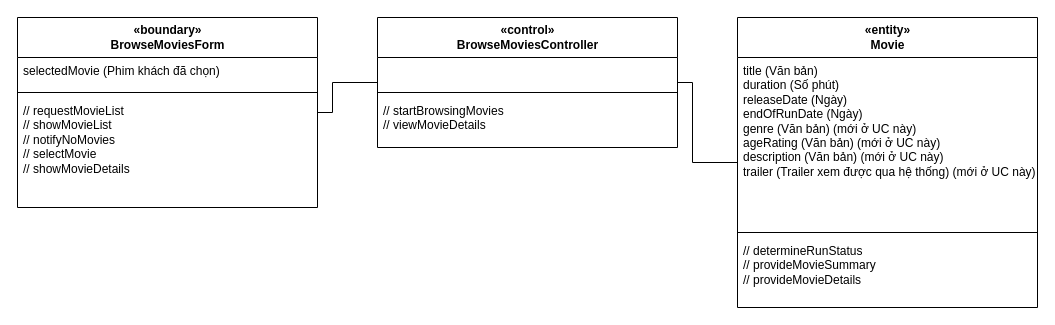
Earlier version of the draw.io diagram design/diagrams/P07-class-UC-003.drawio (luytbq/app-dat-ve-xem-phim). Source tidied: cells renumbered, new cells numbered last; positions are measured from the earlier drawing's top-left corner, leaving out a move shared by most shapes. Both pictures are drawn from the tidied source at 100%, with x=0, y=0 at pixel (17, 17).
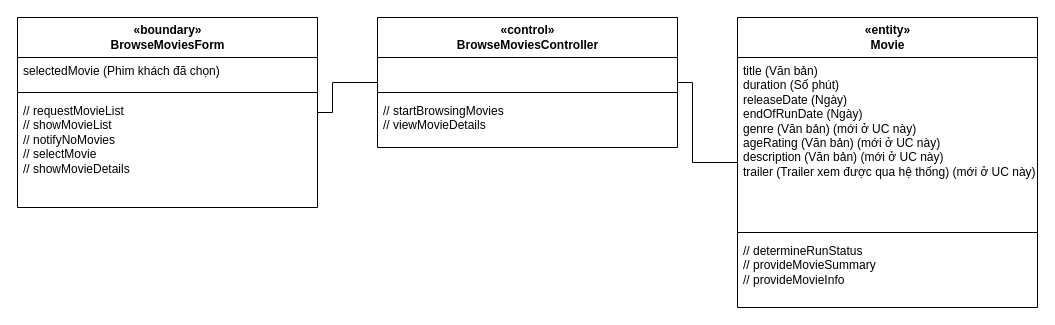
After the change.

What changed in the source:
```diff
@@
 <mxGraphModel>
   <root>
     <mxCell id="0" />
     <mxCell id="1" parent="0" />
     <mxCell id="2" value="«boundary»&lt;br&gt;BrowseMoviesForm" style="swimlane;fontStyle=1;align=center;horizontal=1;startSize=40;html=1;" parent="1" vertex="1">
       <mxGeometry width="300" height="190" as="geometry" />
     </mxCell>
     <mxCell id="3" value="selectedMovie (Phim khách đã chọn)" style="text;strokeColor=none;fillColor=none;align=left;verticalAlign=top;spacingLeft=4;html=1;whiteSpace=wrap;" parent="2" vertex="1">
       <mxGeometry y="40" width="300" height="30" as="geometry" />
     </mxCell>
     <mxCell id="4" style="line;strokeWidth=1;fillColor=none;align=left;verticalAlign=middle;spacingTop=-1;spacingLeft=3;spacingRight=3;labelPosition=right;" parent="2" vertex="1">
       <mxGeometry y="70" width="300" height="10" as="geometry" />
     </mxCell>
     <mxCell id="5" value="// requestMovieList&lt;br&gt;// showMovieList&lt;br&gt;// notifyNoMovies&lt;br&gt;// selectMovie&lt;br&gt;// showMovieDetails" style="text;strokeColor=none;fillColor=none;align=left;verticalAlign=top;spacingLeft=4;html=1;whiteSpace=wrap;" parent="2" vertex="1">
       <mxGeometry y="80" width="300" height="110" as="geometry" />
     </mxCell>
     <mxCell id="6" value="«control»&lt;br&gt;BrowseMoviesController" style="swimlane;fontStyle=1;align=center;horizontal=1;startSize=40;html=1;" parent="1" vertex="1">
       <mxGeometry x="360" width="300" height="130" as="geometry" />
     </mxCell>
     <mxCell id="7" value=" " style="text;strokeColor=none;fillColor=none;align=left;verticalAlign=top;spacingLeft=4;html=1;whiteSpace=wrap;" parent="6" vertex="1">
       <mxGeometry y="40" width="300" height="30" as="geometry" />
     </mxCell>
     <mxCell id="8" style="line;strokeWidth=1;fillColor=none;align=left;verticalAlign=middle;spacingTop=-1;spacingLeft=3;spacingRight=3;labelPosition=right;" parent="6" vertex="1">
       <mxGeometry y="70" width="300" height="10" as="geometry" />
     </mxCell>
     <mxCell id="9" value="// startBrowsingMovies&lt;br&gt;// viewMovieDetails" style="text;strokeColor=none;fillColor=none;align=left;verticalAlign=top;spacingLeft=4;html=1;whiteSpace=wrap;" parent="6" vertex="1">
       <mxGeometry y="80" width="300" height="50" as="geometry" />
     </mxCell>
     <mxCell id="10" value="«entity»&lt;br&gt;Movie" style="swimlane;fontStyle=1;align=center;horizontal=1;startSize=40;html=1;" parent="1" vertex="1">
       <mxGeometry x="720" width="300" height="290" as="geometry" />
     </mxCell>
     <mxCell id="11" value="title (Văn bản)&lt;br&gt;duration (Số phút)&lt;br&gt;releaseDate (Ngày)&lt;br&gt;endOfRunDate (Ngày)&lt;br&gt;genre (Văn bản) (mới ở UC này)&lt;br&gt;ageRating (Văn bản) (mới ở UC này)&lt;br&gt;description (Văn bản) (mới ở UC này)&lt;br&gt;trailer (Trailer xem được qua hệ thống) (mới ở UC này)" style="text;strokeColor=none;fillColor=none;align=left;verticalAlign=top;spacingLeft=4;html=1;whiteSpace=wrap;" parent="10" vertex="1">
       <mxGeometry y="40" width="300" height="170" as="geometry" />
     </mxCell>
     <mxCell id="12" style="line;strokeWidth=1;fillColor=none;align=left;verticalAlign=middle;spacingTop=-1;spacingLeft=3;spacingRight=3;labelPosition=right;" parent="10" vertex="1">
       <mxGeometry y="210" width="300" height="10" as="geometry" />
     </mxCell>
-    <mxCell id="13" value="// determineRunStatus&lt;br&gt;// provideMovieSummary&lt;br&gt;// provideMovieDetails" style="text;strokeColor=none;fillColor=none;align=left;verticalAlign=top;spacingLeft=4;html=1;whiteSpace=wrap;" parent="10" vertex="1">
+    <mxCell id="13" value="// determineRunStatus&lt;br&gt;// provideMovieSummary&lt;br&gt;// provideMovieInfo" style="text;strokeColor=none;fillColor=none;align=left;verticalAlign=top;spacingLeft=4;html=1;whiteSpace=wrap;" parent="10" vertex="1">
       <mxGeometry y="220" width="300" height="70" as="geometry" />
     </mxCell>
     <mxCell id="14" style="edgeStyle=orthogonalEdgeStyle;rounded=0;html=1;endArrow=none;exitX=1;exitY=0.5;exitDx=0;exitDy=0;entryX=0;entryY=0.5;entryDx=0;entryDy=0;" parent="1" edge="1" source="2" target="6">
       <mxGeometry relative="1" as="geometry">
         <Array as="points">
           <mxPoint x="315" y="95" />
           <mxPoint x="315" y="65" />
         </Array>
       </mxGeometry>
     </mxCell>
     <mxCell id="15" style="edgeStyle=orthogonalEdgeStyle;rounded=0;html=1;endArrow=none;exitX=1;exitY=0.5;exitDx=0;exitDy=0;entryX=0;entryY=0.5;entryDx=0;entryDy=0;" parent="1" edge="1" source="6" target="10">
       <mxGeometry relative="1" as="geometry">
         <Array as="points">
           <mxPoint x="675" y="65" />
           <mxPoint x="675" y="145" />
         </Array>
       </mxGeometry>
     </mxCell>
   </root>
 </mxGraphModel>
```
